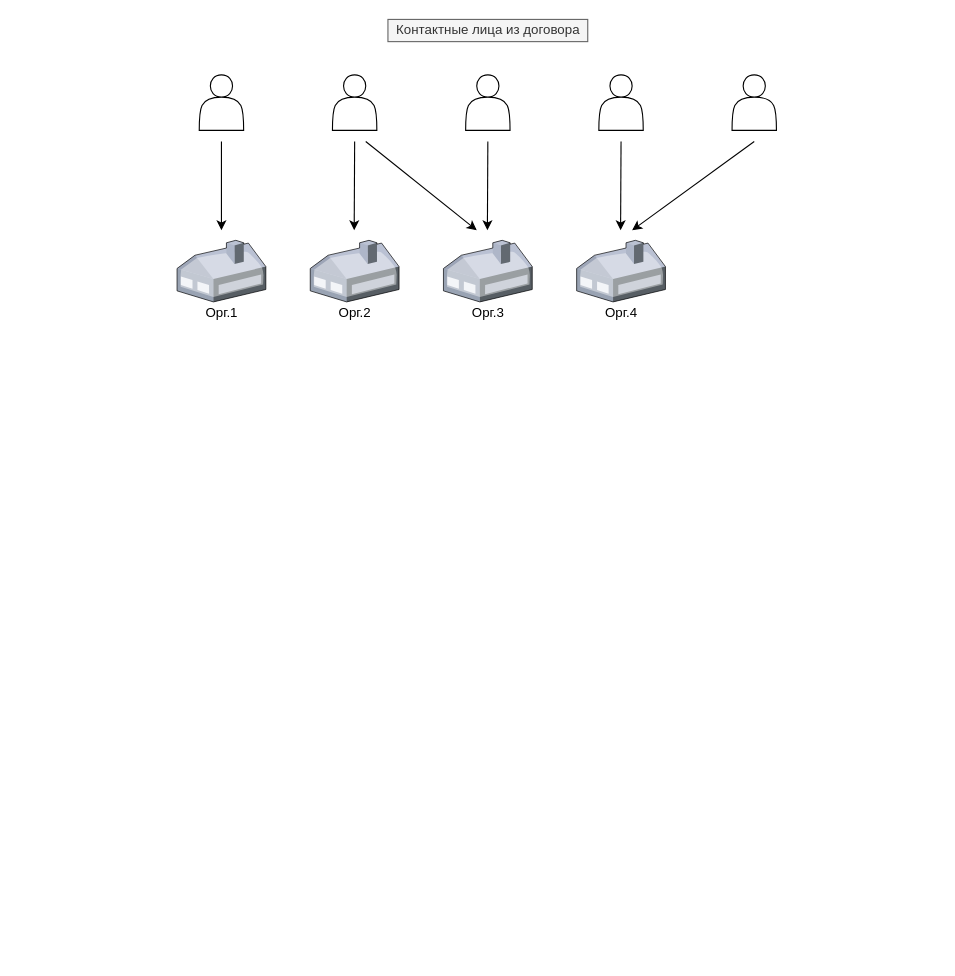
This is Диаграмма без названия.drawio from gerasimv/DRAWIO_SCHEME, a draw.io file, before an edit. Source tidied: cells renumbered, new cells numbered last; positions are measured from the earlier drawing's top-left corner, leaving out a move shared by most shapes. Both pictures are drawn from the tidied source at 111%, with x=0, y=0 at pixel (176, 19).
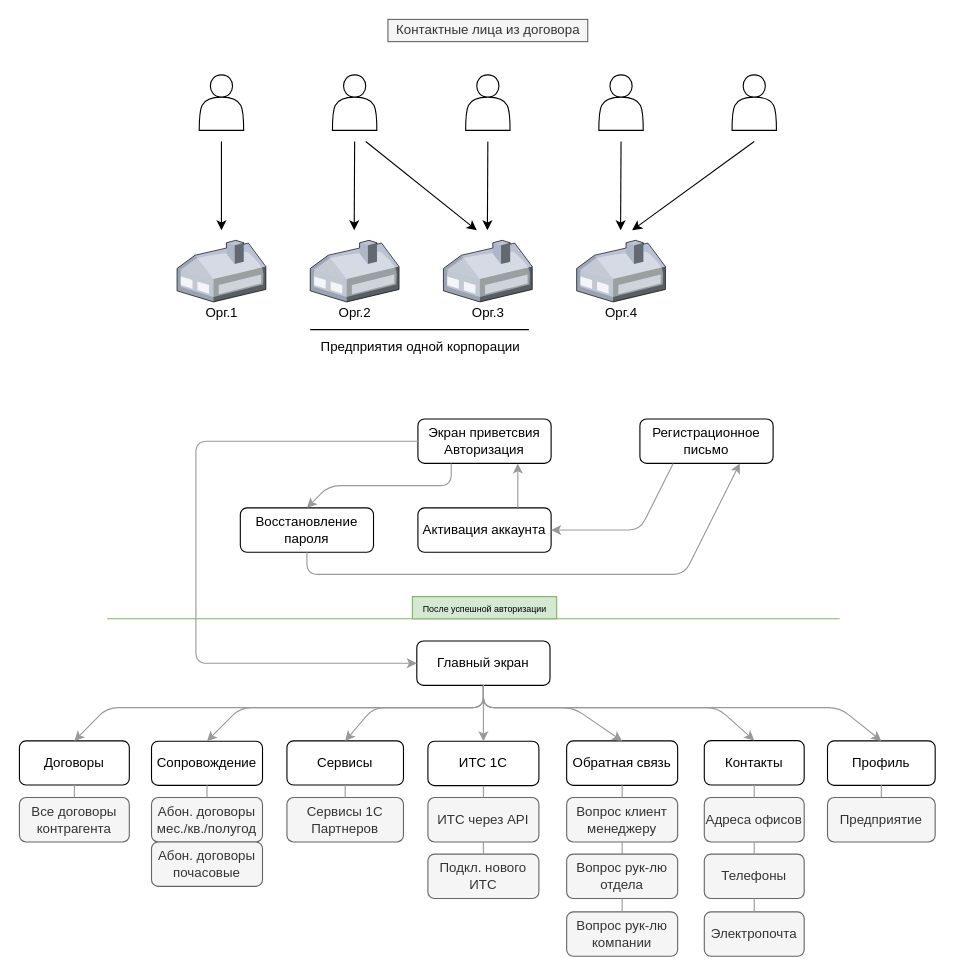
The same diagram, later.

Change to the diagram source:
```diff
@@
+    <mxCell id="22" style="line;strokeWidth=1;dashed=0;labelPosition=right;align=left;verticalAlign=middle;spacingTop=0;spacingLeft=6;" parent="1" vertex="1">
+      <mxGeometry x="120" y="274.5" width="197" height="10" as="geometry" />
+    </mxCell>
+    <mxCell id="23" value="Предприятия одной корпорации" style="text;html=1;align=center;verticalAlign=middle;strokeColor=none;fillColor=none;" parent="1" vertex="1">
+      <mxGeometry x="123.5" y="284.5" width="190" height="20" as="geometry" />
+    </mxCell>
+    <mxCell id="24" value="Экран приветсвия&lt;br&gt;Авторизация" style="rounded=1;whiteSpace=wrap;html=1;" parent="1" vertex="1">
+      <mxGeometry x="217" y="360" width="120" height="40" as="geometry" />
+    </mxCell>
+    <mxCell id="25" value="Главный экран" style="rounded=1;whiteSpace=wrap;html=1;" parent="1" vertex="1">
+      <mxGeometry x="216" y="560" width="120" height="40" as="geometry" />
+    </mxCell>
+    <mxCell id="26" style="endArrow=classic;html=1;rounded=1;exitX=0;exitY=0.5;exitDx=0;exitDy=0;entryX=0;entryY=0.5;entryDx=0;entryDy=0;strokeColor=#999999;strokeWidth=1;" parent="1" edge="1" source="24" target="25">
+      <mxGeometry relative="1" as="geometry">
+        <Array as="points">
+          <mxPoint x="17" y="380" />
+          <mxPoint x="17" y="580" />
+        </Array>
+      </mxGeometry>
+    </mxCell>
+    <mxCell id="27" value="Восстановление пароля" style="rounded=1;whiteSpace=wrap;html=1;" parent="1" vertex="1">
+      <mxGeometry x="57" y="440" width="120" height="40" as="geometry" />
+    </mxCell>
+    <mxCell id="28" value="Активация аккаунта" style="rounded=1;whiteSpace=wrap;html=1;" parent="1" vertex="1">
+      <mxGeometry x="217" y="440" width="120" height="40" as="geometry" />
+    </mxCell>
+    <mxCell id="29" style="endArrow=classic;html=1;rounded=1;exitX=0.25;exitY=1;exitDx=0;exitDy=0;strokeColor=#999999;entryX=0.5;entryY=0;entryDx=0;entryDy=0;" parent="1" edge="1" source="24" target="27">
+      <mxGeometry relative="1" as="geometry">
+        <Array as="points">
+          <mxPoint x="247" y="420" />
+          <mxPoint x="137" y="420" />
+        </Array>
+      </mxGeometry>
+    </mxCell>
+    <mxCell id="30" value="Регистрационное письмо" style="rounded=1;whiteSpace=wrap;html=1;" parent="1" vertex="1">
+      <mxGeometry x="417" y="360" width="120" height="40" as="geometry" />
+    </mxCell>
+    <mxCell id="31" style="endArrow=classic;html=1;rounded=1;exitX=0.25;exitY=1;exitDx=0;exitDy=0;entryX=1;entryY=0.5;entryDx=0;entryDy=0;strokeColor=#999999;" parent="1" edge="1" source="30" target="28">
+      <mxGeometry relative="1" as="geometry">
+        <Array as="points">
+          <mxPoint x="417" y="460" />
+        </Array>
+      </mxGeometry>
+    </mxCell>
+    <mxCell id="32" style="endArrow=classic;html=1;rounded=1;exitX=0.5;exitY=1;exitDx=0;exitDy=0;entryX=0.75;entryY=1;entryDx=0;entryDy=0;strokeColor=#999999;" parent="1" edge="1" source="27" target="30">
+      <mxGeometry relative="1" as="geometry">
+        <Array as="points">
+          <mxPoint x="117" y="500" />
+          <mxPoint x="457" y="500" />
+        </Array>
+      </mxGeometry>
+    </mxCell>
+    <mxCell id="33" style="endArrow=classic;html=1;rounded=1;exitX=0.75;exitY=0;exitDx=0;exitDy=0;entryX=0.75;entryY=1;entryDx=0;entryDy=0;strokeColor=#999999;" parent="1" edge="1" source="28" target="24">
+      <mxGeometry relative="1" as="geometry" />
+    </mxCell>
+    <mxCell id="34" value="Сервисы" style="rounded=1;whiteSpace=wrap;html=1;" parent="1" vertex="1">
+      <mxGeometry x="99" y="650" width="105" height="39.7" as="geometry" />
+    </mxCell>
+    <mxCell id="35" value="ИТС 1С" style="rounded=1;whiteSpace=wrap;html=1;" parent="1" vertex="1">
+      <mxGeometry x="226" y="650.3" width="100" height="40" as="geometry" />
+    </mxCell>
+    <mxCell id="36" value="Обратная связь" style="rounded=1;whiteSpace=wrap;html=1;" parent="1" vertex="1">
+      <mxGeometry x="351" y="650" width="100" height="40" as="geometry" />
+    </mxCell>
+    <mxCell id="37" value="Контакты" style="rounded=1;whiteSpace=wrap;html=1;" parent="1" vertex="1">
+      <mxGeometry x="475" y="649.7" width="90" height="40" as="geometry" />
+    </mxCell>
+    <mxCell id="38" value="Профиль" style="rounded=1;whiteSpace=wrap;html=1;" parent="1" vertex="1">
+      <mxGeometry x="586" y="650" width="97" height="40" as="geometry" />
+    </mxCell>
+    <mxCell id="39" value="Сопровождение" style="rounded=1;whiteSpace=wrap;html=1;" parent="1" vertex="1">
+      <mxGeometry x="-23" y="650.3" width="100" height="39.7" as="geometry" />
+    </mxCell>
+    <mxCell id="40" value="Договоры" style="rounded=1;whiteSpace=wrap;html=1;" parent="1" vertex="1">
+      <mxGeometry x="-142" y="650" width="99" height="39.7" as="geometry" />
+    </mxCell>
+    <mxCell id="41" style="endArrow=classic;html=1;rounded=1;exitX=0.5;exitY=1;exitDx=0;exitDy=0;entryX=0.5;entryY=0;entryDx=0;entryDy=0;strokeColor=#999999;" parent="1" edge="1" source="25" target="35">
+      <mxGeometry relative="1" as="geometry" />
+    </mxCell>
+    <mxCell id="42" style="endArrow=classic;html=1;rounded=1;entryX=0.5;entryY=0;entryDx=0;entryDy=0;strokeColor=#999999;exitX=0.5;exitY=1;exitDx=0;exitDy=0;" parent="1" edge="1" source="25" target="34">
+      <mxGeometry relative="1" as="geometry">
+        <Array as="points">
+          <mxPoint x="276" y="620" />
+          <mxPoint x="177" y="620" />
+        </Array>
+      </mxGeometry>
+    </mxCell>
+    <mxCell id="43" style="endArrow=classic;html=1;rounded=1;entryX=0.5;entryY=0;entryDx=0;entryDy=0;strokeColor=#999999;exitX=0.5;exitY=1;exitDx=0;exitDy=0;" parent="1" edge="1" source="25" target="39">
+      <mxGeometry relative="1" as="geometry">
+        <Array as="points">
+          <mxPoint x="276" y="620" />
+          <mxPoint x="57" y="620" />
+        </Array>
+      </mxGeometry>
+    </mxCell>
+    <mxCell id="44" style="endArrow=classic;html=1;rounded=1;entryX=0.5;entryY=0;entryDx=0;entryDy=0;strokeColor=#999999;exitX=0.5;exitY=1;exitDx=0;exitDy=0;" parent="1" edge="1" source="25" target="40">
+      <mxGeometry relative="1" as="geometry">
+        <Array as="points">
+          <mxPoint x="276" y="620" />
+          <mxPoint x="-63" y="620" />
+        </Array>
+      </mxGeometry>
+    </mxCell>
+    <mxCell id="45" style="endArrow=classic;html=1;rounded=1;entryX=0.5;entryY=0;entryDx=0;entryDy=0;strokeColor=#999999;exitX=0.5;exitY=1;exitDx=0;exitDy=0;" parent="1" edge="1" source="25" target="36">
+      <mxGeometry relative="1" as="geometry">
+        <Array as="points">
+          <mxPoint x="276" y="620" />
+          <mxPoint x="357" y="620" />
+        </Array>
+      </mxGeometry>
+    </mxCell>
+    <mxCell id="46" style="endArrow=classic;html=1;rounded=1;exitX=0.5;exitY=1;exitDx=0;exitDy=0;entryX=0.5;entryY=0;entryDx=0;entryDy=0;strokeColor=#999999;" parent="1" edge="1" source="25" target="37">
+      <mxGeometry relative="1" as="geometry">
+        <Array as="points">
+          <mxPoint x="276" y="620" />
+          <mxPoint x="487" y="620" />
+        </Array>
+      </mxGeometry>
+    </mxCell>
+    <mxCell id="47" style="endArrow=classic;html=1;rounded=1;exitX=0.5;exitY=1;exitDx=0;exitDy=0;entryX=0.5;entryY=0;entryDx=0;entryDy=0;strokeColor=#999999;" parent="1" edge="1" source="25" target="38">
+      <mxGeometry relative="1" as="geometry">
+        <Array as="points">
+          <mxPoint x="276" y="620" />
+          <mxPoint x="597" y="620" />
+        </Array>
+      </mxGeometry>
+    </mxCell>
+    <mxCell id="48" value="Предприятие" style="rounded=1;whiteSpace=wrap;html=1;fillColor=#f5f5f5;fontColor=#333333;strokeColor=#666666;" parent="1" vertex="1">
+      <mxGeometry x="586" y="701" width="97" height="40" as="geometry" />
+    </mxCell>
+    <mxCell id="49" style="line;strokeWidth=1;dashed=0;labelPosition=right;align=left;verticalAlign=middle;spacingTop=0;spacingLeft=6;fontSize=8;fillColor=#d5e8d4;strokeColor=#82b366;" parent="1" vertex="1">
+      <mxGeometry x="-63" y="535" width="660" height="9.9" as="geometry" />
+    </mxCell>
+    <mxCell id="50" value="&lt;font style=&quot;font-size: 8px;&quot;&gt;После успешной авторизации&lt;br&gt;&lt;/font&gt;" style="text;html=1;align=center;verticalAlign=middle;strokeColor=#82b366;fillColor=#d5e8d4;" parent="1" vertex="1">
+      <mxGeometry x="212" y="520" width="130" height="20" as="geometry" />
+    </mxCell>
+    <mxCell id="51" value="Подкл. нового ИТС" style="rounded=1;whiteSpace=wrap;html=1;fillColor=#f5f5f5;fontColor=#333333;strokeColor=#666666;" parent="1" vertex="1">
+      <mxGeometry x="226" y="752" width="100" height="40" as="geometry" />
+    </mxCell>
+    <mxCell id="52" value="Адреса офисов" style="rounded=1;whiteSpace=wrap;html=1;fillColor=#f5f5f5;fontColor=#333333;strokeColor=#666666;" parent="1" vertex="1">
+      <mxGeometry x="475" y="701" width="90" height="40" as="geometry" />
+    </mxCell>
+    <mxCell id="53" value="Телефоны" style="rounded=1;whiteSpace=wrap;html=1;fillColor=#f5f5f5;fontColor=#333333;strokeColor=#666666;" parent="1" vertex="1">
+      <mxGeometry x="475" y="752" width="90" height="40" as="geometry" />
+    </mxCell>
+    <mxCell id="54" value="Электропочта" style="rounded=1;whiteSpace=wrap;html=1;fillColor=#f5f5f5;fontColor=#333333;strokeColor=#666666;" parent="1" vertex="1">
+      <mxGeometry x="475" y="804" width="90" height="40" as="geometry" />
+    </mxCell>
+    <mxCell id="55" style="endArrow=none;html=1;rounded=0;fontSize=8;strokeColor=#999999;entryX=0.5;entryY=1;entryDx=0;entryDy=0;" parent="1" edge="1" source="52" target="37">
+      <mxGeometry relative="1" as="geometry" />
+    </mxCell>
+    <mxCell id="56" style="endArrow=none;html=1;rounded=0;fontSize=8;strokeColor=#999999;entryX=0.5;entryY=1;entryDx=0;entryDy=0;exitX=0.5;exitY=0;exitDx=0;exitDy=0;" parent="1" edge="1" source="53" target="52">
+      <mxGeometry relative="1" as="geometry" />
+    </mxCell>
+    <mxCell id="57" style="endArrow=none;html=1;rounded=0;fontSize=8;strokeColor=#999999;entryX=0.5;entryY=1;entryDx=0;entryDy=0;exitX=0.5;exitY=0;exitDx=0;exitDy=0;" parent="1" edge="1" source="54" target="53">
+      <mxGeometry relative="1" as="geometry" />
+    </mxCell>
+    <mxCell id="58" value="Вопрос клиент менеджеру" style="rounded=1;whiteSpace=wrap;html=1;fillColor=#f5f5f5;fontColor=#333333;strokeColor=#666666;" parent="1" vertex="1">
+      <mxGeometry x="351" y="701" width="100" height="40" as="geometry" />
+    </mxCell>
+    <mxCell id="59" value="Вопрос рук-лю&lt;br&gt;отдела" style="rounded=1;whiteSpace=wrap;html=1;fillColor=#f5f5f5;fontColor=#333333;strokeColor=#666666;" parent="1" vertex="1">
+      <mxGeometry x="351" y="752" width="100" height="40" as="geometry" />
+    </mxCell>
+    <mxCell id="60" value="Вопрос рук-лю&lt;br&gt;компании" style="rounded=1;whiteSpace=wrap;html=1;fillColor=#f5f5f5;fontColor=#333333;strokeColor=#666666;" parent="1" vertex="1">
+      <mxGeometry x="351" y="804" width="100" height="40" as="geometry" />
+    </mxCell>
+    <mxCell id="61" style="endArrow=none;html=1;rounded=0;fontSize=8;strokeColor=#999999;entryX=0.5;entryY=1;entryDx=0;entryDy=0;exitX=0.5;exitY=0;exitDx=0;exitDy=0;" parent="1" edge="1" source="48" target="38">
+      <mxGeometry relative="1" as="geometry" />
+    </mxCell>
+    <mxCell id="62" style="endArrow=none;html=1;rounded=0;fontSize=8;strokeColor=#999999;entryX=0.5;entryY=1;entryDx=0;entryDy=0;exitX=0.5;exitY=0;exitDx=0;exitDy=0;" parent="1" edge="1" source="58" target="36">
+      <mxGeometry relative="1" as="geometry" />
+    </mxCell>
+    <mxCell id="63" style="endArrow=none;html=1;rounded=0;fontSize=8;strokeColor=#999999;entryX=0.5;entryY=1;entryDx=0;entryDy=0;exitX=0.5;exitY=0;exitDx=0;exitDy=0;" parent="1" edge="1" source="59" target="58">
+      <mxGeometry relative="1" as="geometry" />
+    </mxCell>
+    <mxCell id="64" style="endArrow=none;html=1;rounded=0;fontSize=8;strokeColor=#999999;entryX=0.5;entryY=1;entryDx=0;entryDy=0;exitX=0.5;exitY=0;exitDx=0;exitDy=0;" parent="1" edge="1" source="60" target="59">
+      <mxGeometry relative="1" as="geometry" />
+    </mxCell>
+    <mxCell id="65" value="ИТС через API" style="rounded=1;whiteSpace=wrap;html=1;fillColor=#f5f5f5;fontColor=#333333;strokeColor=#666666;" parent="1" vertex="1">
+      <mxGeometry x="226" y="701" width="100" height="40" as="geometry" />
+    </mxCell>
+    <mxCell id="66" style="endArrow=none;html=1;rounded=0;fontSize=8;strokeColor=#999999;entryX=0.5;entryY=1;entryDx=0;entryDy=0;" parent="1" edge="1" source="65" target="35">
+      <mxGeometry relative="1" as="geometry" />
+    </mxCell>
+    <mxCell id="67" style="endArrow=none;html=1;rounded=0;fontSize=8;strokeColor=#999999;entryX=0.5;entryY=1;entryDx=0;entryDy=0;exitX=0.5;exitY=0;exitDx=0;exitDy=0;" parent="1" edge="1" source="51" target="65">
+      <mxGeometry relative="1" as="geometry" />
+    </mxCell>
+    <mxCell id="68" value="Сервисы 1С Партнеров" style="rounded=1;whiteSpace=wrap;html=1;fillColor=#f5f5f5;fontColor=#333333;strokeColor=#666666;" parent="1" vertex="1">
+      <mxGeometry x="99" y="701" width="105" height="40" as="geometry" />
+    </mxCell>
+    <mxCell id="69" style="endArrow=none;html=1;rounded=0;fontSize=8;strokeColor=#999999;entryX=0.5;entryY=1;entryDx=0;entryDy=0;exitX=0.5;exitY=0;exitDx=0;exitDy=0;" parent="1" edge="1" source="68" target="34">
+      <mxGeometry relative="1" as="geometry" />
+    </mxCell>
+    <mxCell id="70" value="Абон. договоры&lt;br&gt;мес./кв./полугод" style="rounded=1;whiteSpace=wrap;html=1;fillColor=#f5f5f5;fontColor=#333333;strokeColor=#666666;" parent="1" vertex="1">
+      <mxGeometry x="-23" y="701" width="100" height="40" as="geometry" />
+    </mxCell>
+    <mxCell id="71" value="Абон. договоры&lt;br&gt;почасовые" style="rounded=1;whiteSpace=wrap;html=1;fillColor=#f5f5f5;fontColor=#333333;strokeColor=#666666;" parent="1" vertex="1">
+      <mxGeometry x="-23" y="741" width="100" height="40" as="geometry" />
+    </mxCell>
+    <mxCell id="72" value="Все договоры&lt;br&gt;контрагента" style="rounded=1;whiteSpace=wrap;html=1;fillColor=#f5f5f5;fontColor=#333333;strokeColor=#666666;" parent="1" vertex="1">
+      <mxGeometry x="-142" y="701" width="99" height="40" as="geometry" />
+    </mxCell>
+    <mxCell id="73" style="endArrow=none;html=1;rounded=0;fontSize=8;strokeColor=#999999;entryX=0.5;entryY=1;entryDx=0;entryDy=0;exitX=0.5;exitY=0;exitDx=0;exitDy=0;" parent="1" edge="1" source="70" target="39">
+      <mxGeometry relative="1" as="geometry" />
+    </mxCell>
+    <mxCell id="74" style="endArrow=none;html=1;rounded=0;fontSize=8;strokeColor=#999999;entryX=0.5;entryY=1;entryDx=0;entryDy=0;exitX=0.5;exitY=0;exitDx=0;exitDy=0;" parent="1" edge="1" source="71" target="70">
+      <mxGeometry relative="1" as="geometry" />
+    </mxCell>
+    <mxCell id="75" style="endArrow=none;html=1;rounded=0;fontSize=8;strokeColor=#999999;entryX=0.5;entryY=1;entryDx=0;entryDy=0;exitX=0.5;exitY=0;exitDx=0;exitDy=0;" parent="1" edge="1" source="72" target="40">
+      <mxGeometry relative="1" as="geometry" />
+    </mxCell>
```
